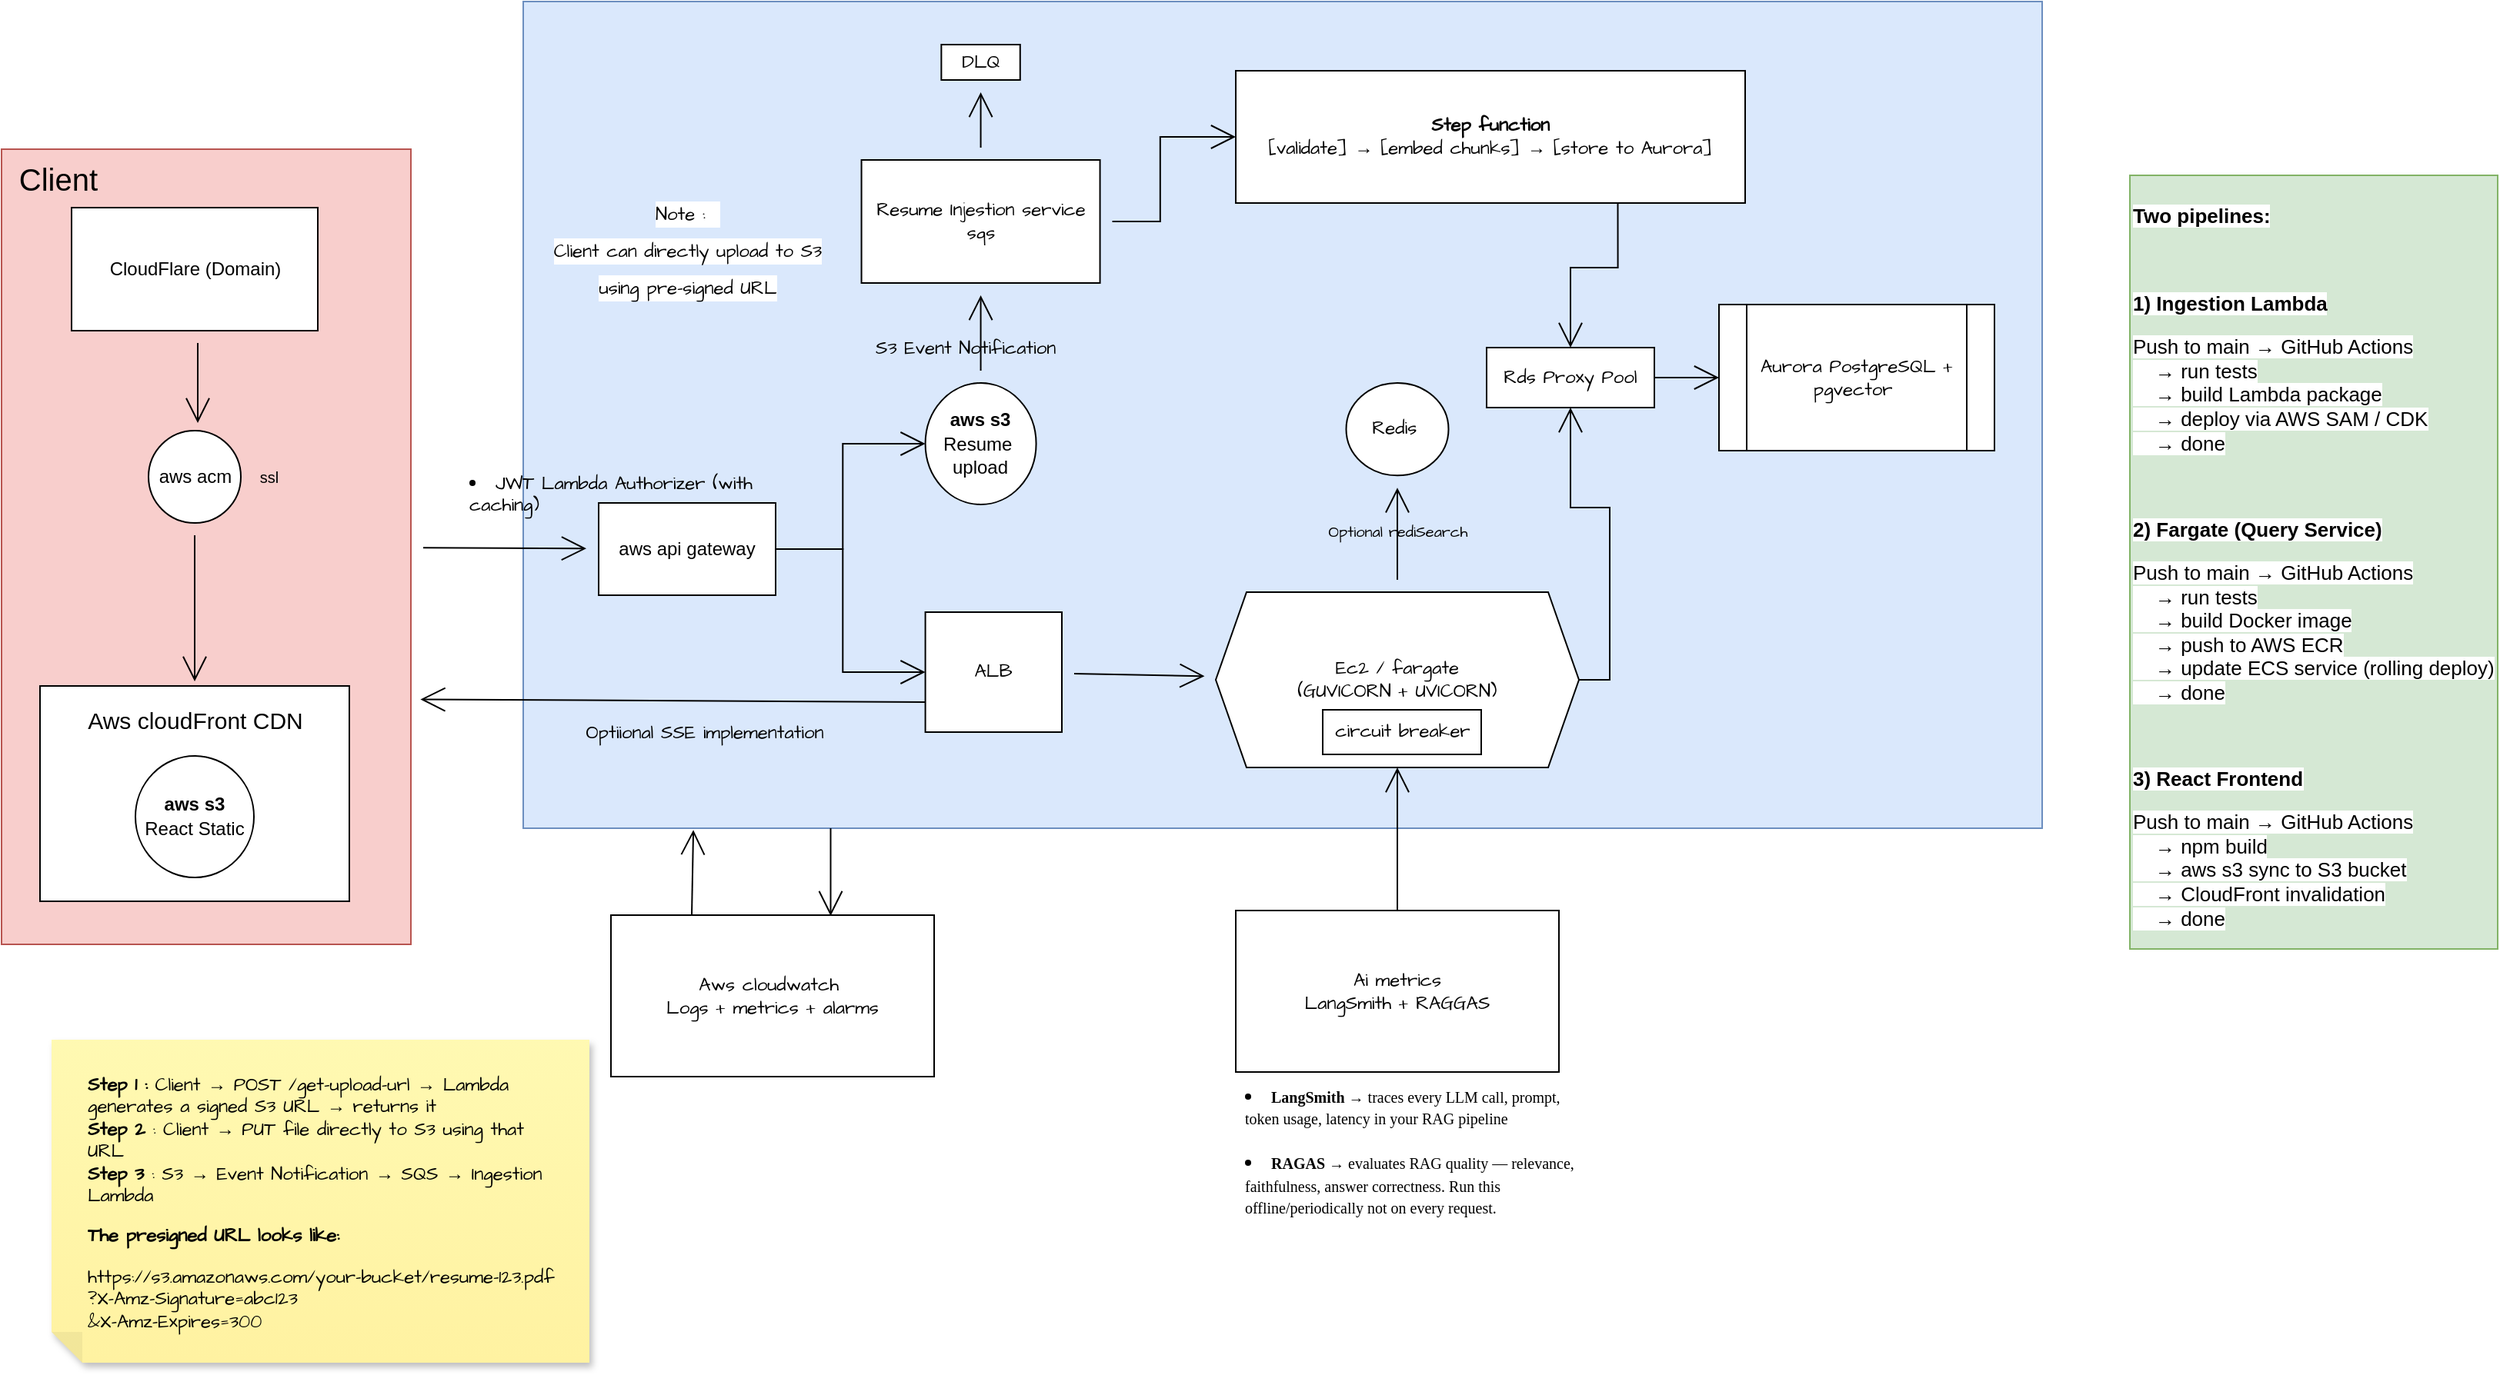
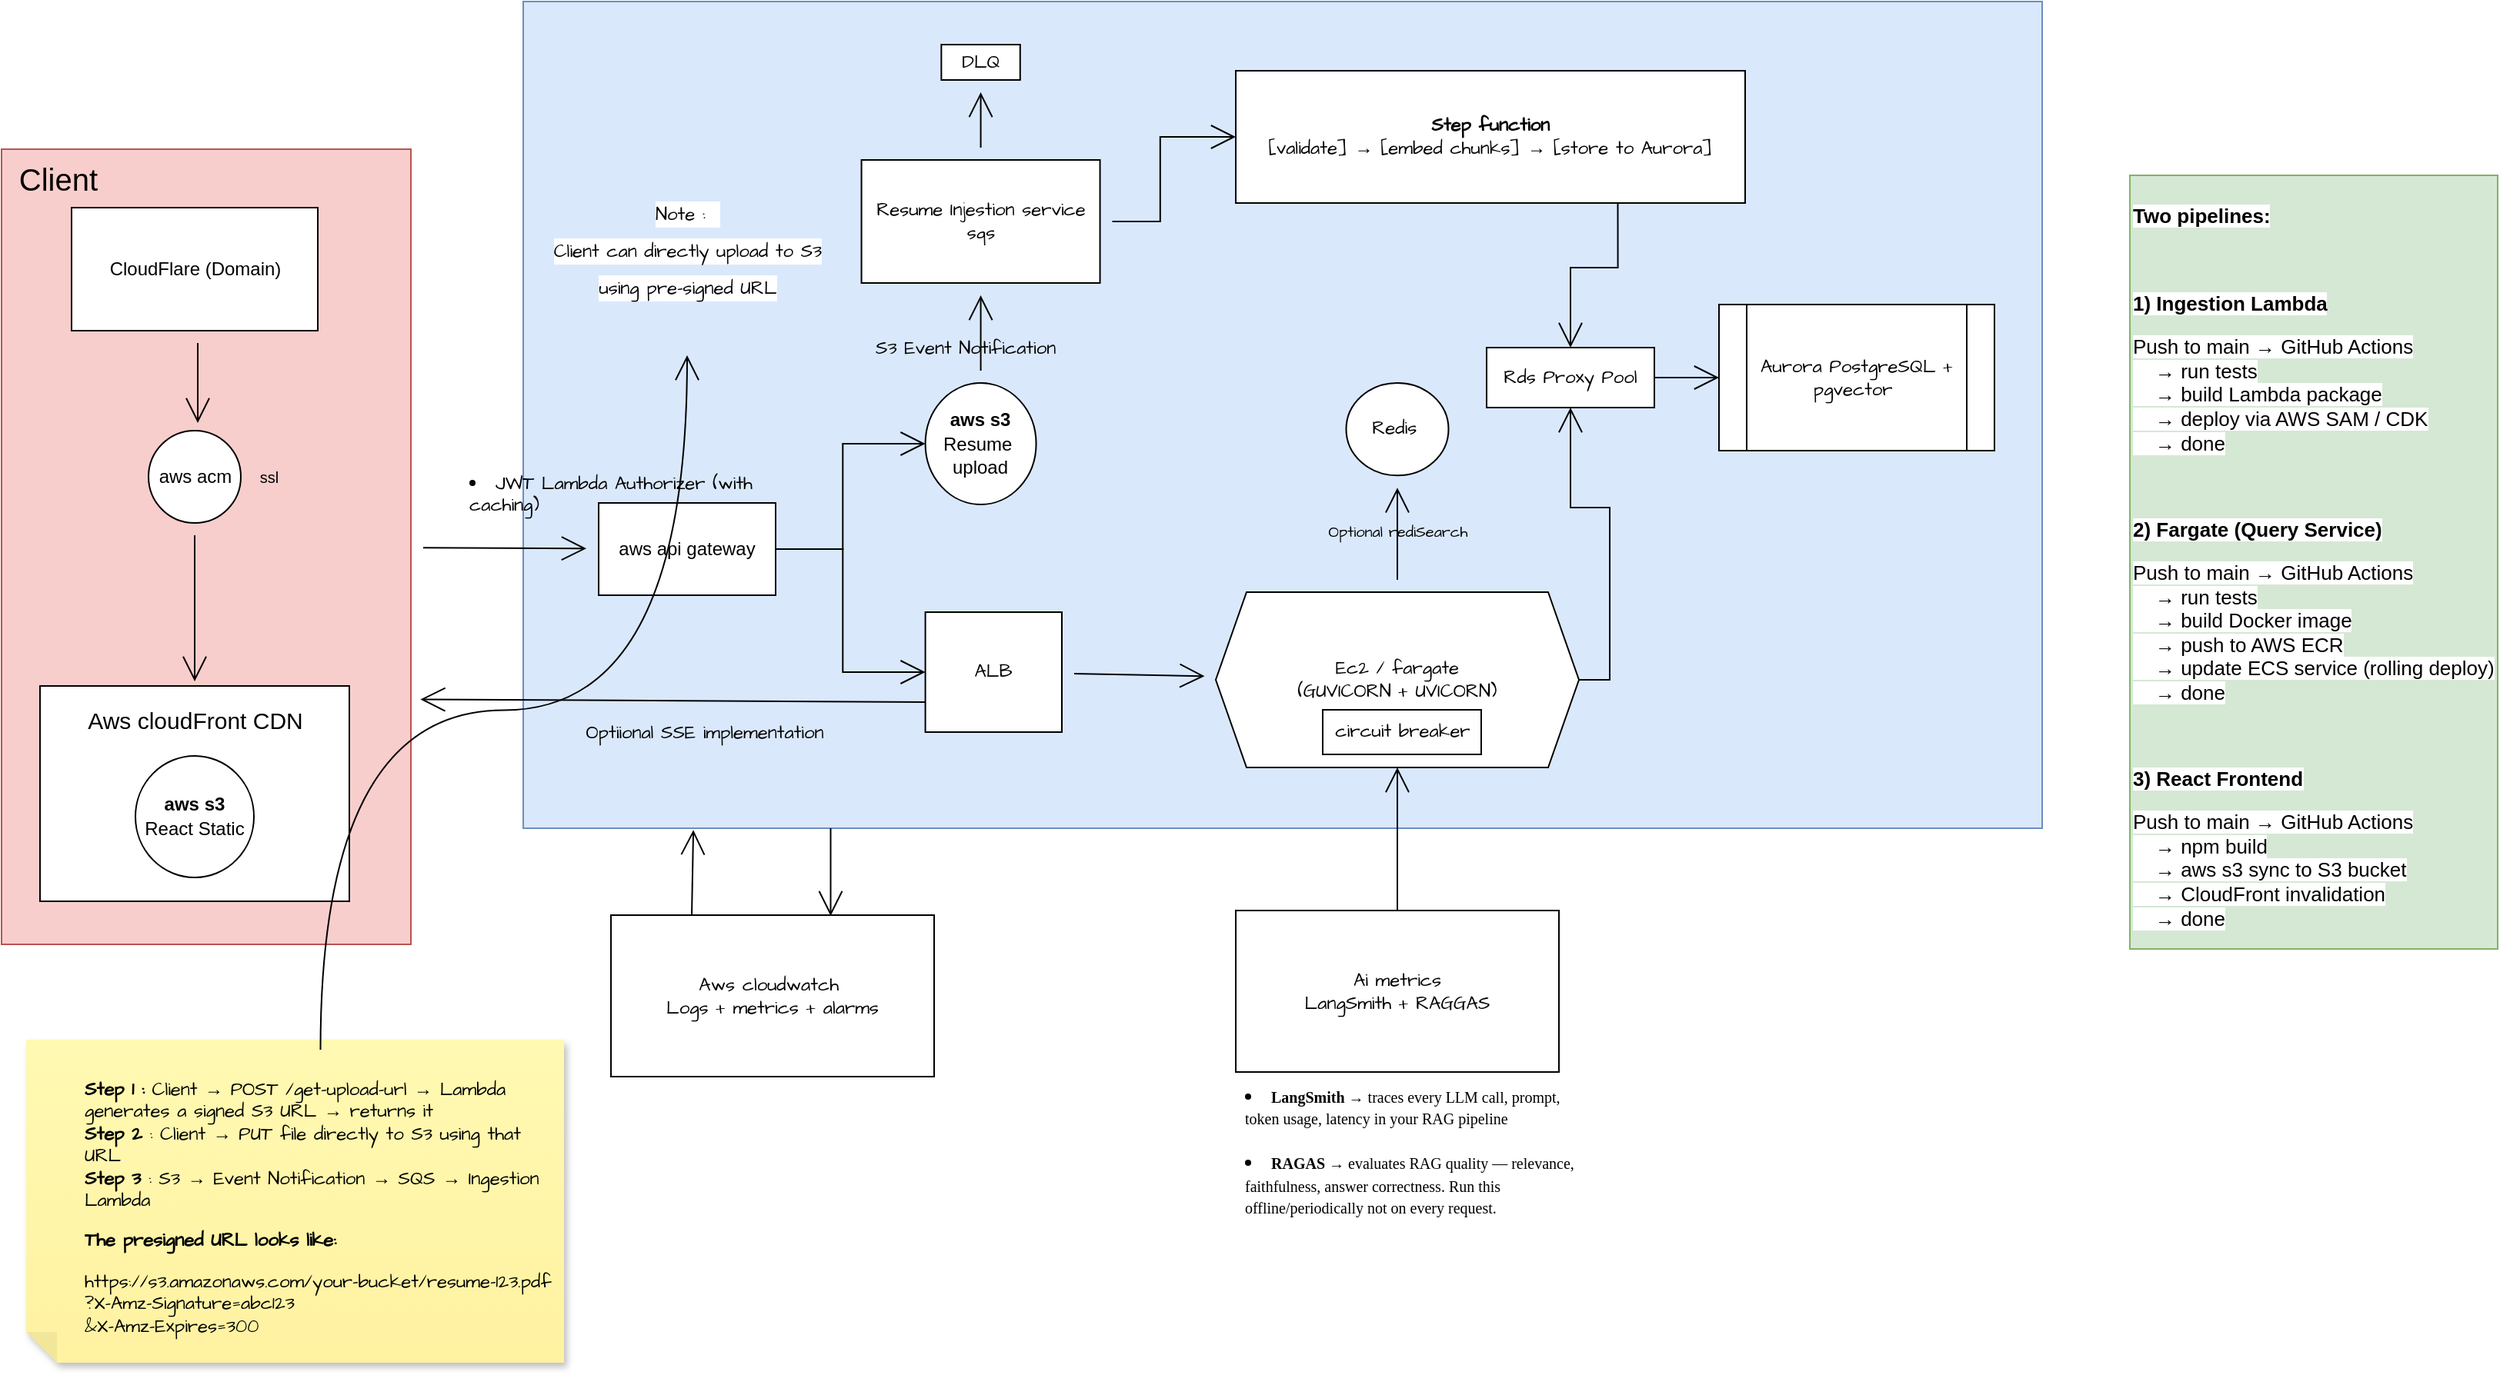
<mxfile host="app.diagrams.net">
  <diagram name="Page-1" id="SOHPCcRNUhLTlrNE90n2">
    <mxGraphModel dx="3087" dy="1448" grid="0" gridSize="10" guides="1" tooltips="1" connect="1" arrows="1" fold="1" page="0" pageScale="1" pageWidth="850" pageHeight="1100" math="0" shadow="0">
      <root>
        <mxCell id="0" />
        <mxCell id="1" parent="0" />
        <mxCell id="rra6tTRvJPethr66ALMW-102" parent="1" style="shape=note;whiteSpace=wrap;html=1;backgroundOutline=1;fontColor=#000000;darkOpacity=0.05;fillColor=#FFF9B2;strokeColor=none;fillStyle=solid;direction=west;gradientDirection=north;gradientColor=#FFF2A1;shadow=1;size=20;autosizeText=1;fontFamily=Architects Daughter;fontSource=https%3A%2F%2Ffonts.googleapis.com%2Fcss%3Ffamily%3DArchitects%2BDaughter;" value="" vertex="1">
-           <mxGeometry height="210" width="349.5" x="-667.5" y="308" as="geometry" />
+           <mxGeometry height="210" width="349.5" x="-684" y="308" as="geometry" />
        </mxCell>
        <mxCell id="rra6tTRvJPethr66ALMW-70" parent="1" style="rounded=0;whiteSpace=wrap;html=1;fontFamily=Architects Daughter;fontSource=https%3A%2F%2Ffonts.googleapis.com%2Fcss%3Ffamily%3DArchitects%2BDaughter;fillColor=#dae8fc;strokeColor=#6c8ebf;" value="" vertex="1">
          <mxGeometry height="537.5" width="987" x="-361" y="-367" as="geometry" />
        </mxCell>
        <mxCell id="rra6tTRvJPethr66ALMW-100" edge="1" parent="1" source="rra6tTRvJPethr66ALMW-55" style="edgeStyle=orthogonalEdgeStyle;rounded=0;orthogonalLoop=1;jettySize=auto;html=1;exitX=0.75;exitY=1;exitDx=0;exitDy=0;entryX=0.5;entryY=0;entryDx=0;entryDy=0;fontFamily=Architects Daughter;fontSource=https%3A%2F%2Ffonts.googleapis.com%2Fcss%3Ffamily%3DArchitects%2BDaughter;fontSize=16;startSize=14;endArrow=open;endSize=14;sourcePerimeterSpacing=8;targetPerimeterSpacing=8;" target="rra6tTRvJPethr66ALMW-95">
          <mxGeometry relative="1" as="geometry" />
        </mxCell>
        <mxCell id="rra6tTRvJPethr66ALMW-55" parent="1" style="rounded=0;whiteSpace=wrap;html=1;fontFamily=Architects Daughter;fontSource=https%3A%2F%2Ffonts.googleapis.com%2Fcss%3Ffamily%3DArchitects%2BDaughter;" value="&lt;span style=&quot;text-align: left;&quot;&gt;&lt;b&gt;Step function&lt;/b&gt;&lt;br&gt;[validate] → [embed chunks] → [store to Aurora]&lt;/span&gt;" vertex="1">
          <mxGeometry height="86" width="331" x="102" y="-322" as="geometry" />
        </mxCell>
        <mxCell id="rra6tTRvJPethr66ALMW-19" edge="1" parent="1" source="rra6tTRvJPethr66ALMW-16" style="edgeStyle=none;curved=1;rounded=0;orthogonalLoop=1;jettySize=auto;html=1;fontFamily=Architects Daughter;fontSource=https%3A%2F%2Ffonts.googleapis.com%2Fcss%3Ffamily%3DArchitects%2BDaughter;fontSize=16;startSize=14;endArrow=open;endSize=14;sourcePerimeterSpacing=8;targetPerimeterSpacing=8;" target="rra6tTRvJPethr66ALMW-18" value="">
          <mxGeometry relative="1" as="geometry" />
        </mxCell>
        <mxCell id="rra6tTRvJPethr66ALMW-16" parent="1" style="rounded=0;whiteSpace=wrap;html=1;fontFamily=Architects Daughter;fontSource=https%3A%2F%2Ffonts.googleapis.com%2Fcss%3Ffamily%3DArchitects%2BDaughter;fillColor=#f8cecc;strokeColor=#b85450;" value="" vertex="1">
          <mxGeometry height="517" width="266" x="-700" y="-271" as="geometry" />
        </mxCell>
        <mxCell id="rra6tTRvJPethr66ALMW-2" parent="1" style="rounded=0;whiteSpace=wrap;html=1;fontFamily=Architects Daughter;fontSource=https%3A%2F%2Ffonts.googleapis.com%2Fcss%3Ffamily%3DArchitects%2BDaughter;" value="" vertex="1">
          <mxGeometry height="140" width="201" x="-675" y="78" as="geometry" />
        </mxCell>
        <mxCell id="rra6tTRvJPethr66ALMW-1" parent="1" style="ellipse;whiteSpace=wrap;html=1;fontFamily=Architects Daughter;fontSource=https%3A%2F%2Ffonts.googleapis.com%2Fcss%3Ffamily%3DArchitects%2BDaughter;" value="&lt;font face=&quot;Helvetica&quot;&gt;&lt;b&gt;aws s3&lt;/b&gt;&lt;br&gt;React Static&lt;/font&gt;" vertex="1">
          <mxGeometry height="79" width="77" x="-613" y="123.5" as="geometry" />
        </mxCell>
        <mxCell id="rra6tTRvJPethr66ALMW-3" parent="1" style="text;html=1;whiteSpace=wrap;strokeColor=none;fillColor=none;align=center;verticalAlign=middle;rounded=0;fontSize=20;fontFamily=Helvetica;" value="&lt;font style=&quot;font-size: 15px;&quot;&gt;Aws cloudFront CDN&lt;/font&gt;" vertex="1">
          <mxGeometry height="30" width="186" x="-667.5" y="83" as="geometry" />
        </mxCell>
        <mxCell id="rra6tTRvJPethr66ALMW-10" edge="1" parent="1" style="edgeStyle=none;curved=1;rounded=0;orthogonalLoop=1;jettySize=auto;html=1;fontFamily=Architects Daughter;fontSource=https%3A%2F%2Ffonts.googleapis.com%2Fcss%3Ffamily%3DArchitects%2BDaughter;fontSize=16;startSize=14;endArrow=open;endSize=14;sourcePerimeterSpacing=8;targetPerimeterSpacing=8;" value="">
          <mxGeometry relative="1" as="geometry">
            <mxPoint x="-572.5" y="-145" as="sourcePoint" />
            <mxPoint x="-572.5" y="-93" as="targetPoint" />
          </mxGeometry>
        </mxCell>
        <mxCell id="rra6tTRvJPethr66ALMW-5" parent="1" style="rounded=0;whiteSpace=wrap;html=1;fontFamily=Helvetica;" value="CloudFlare (Domain)" vertex="1">
          <mxGeometry height="80" width="160" x="-654.5" y="-233" as="geometry" />
        </mxCell>
        <mxCell id="rra6tTRvJPethr66ALMW-14" edge="1" parent="1" source="rra6tTRvJPethr66ALMW-12" style="edgeStyle=none;curved=1;rounded=0;orthogonalLoop=1;jettySize=auto;html=1;fontFamily=Architects Daughter;fontSource=https%3A%2F%2Ffonts.googleapis.com%2Fcss%3Ffamily%3DArchitects%2BDaughter;fontSize=16;startSize=14;endArrow=open;endSize=14;sourcePerimeterSpacing=8;targetPerimeterSpacing=8;" target="rra6tTRvJPethr66ALMW-3" value="">
          <mxGeometry relative="1" as="geometry" />
        </mxCell>
        <mxCell id="rra6tTRvJPethr66ALMW-12" parent="1" style="ellipse;whiteSpace=wrap;html=1;fontFamily=Architects Daughter;fontSource=https%3A%2F%2Ffonts.googleapis.com%2Fcss%3Ffamily%3DArchitects%2BDaughter;" value="&lt;font face=&quot;Helvetica&quot;&gt;aws acm&lt;/font&gt;" vertex="1">
          <mxGeometry height="60" width="60" x="-604.5" y="-88" as="geometry" />
        </mxCell>
        <mxCell id="rra6tTRvJPethr66ALMW-15" parent="1" style="text;html=1;whiteSpace=wrap;strokeColor=none;fillColor=none;align=center;verticalAlign=middle;rounded=0;fontSize=10;fontFamily=Helvetica;" value="&lt;font&gt;ssl&lt;/font&gt;" vertex="1">
          <mxGeometry height="18" width="32" x="-542" y="-67" as="geometry" />
        </mxCell>
        <mxCell id="rra6tTRvJPethr66ALMW-17" parent="1" style="text;html=1;whiteSpace=wrap;strokeColor=none;fillColor=none;align=center;verticalAlign=middle;rounded=0;fontSize=20;fontFamily=Architects Daughter;fontSource=https%3A%2F%2Ffonts.googleapis.com%2Fcss%3Ffamily%3DArchitects%2BDaughter;" value="&lt;font face=&quot;Helvetica&quot;&gt;Client&lt;/font&gt;" vertex="1">
          <mxGeometry height="30" width="60" x="-693" y="-266" as="geometry" />
        </mxCell>
        <mxCell id="rra6tTRvJPethr66ALMW-27" edge="1" parent="1" source="rra6tTRvJPethr66ALMW-18" style="edgeStyle=orthogonalEdgeStyle;rounded=0;orthogonalLoop=1;jettySize=auto;html=1;fontFamily=Architects Daughter;fontSource=https%3A%2F%2Ffonts.googleapis.com%2Fcss%3Ffamily%3DArchitects%2BDaughter;fontSize=16;startSize=14;endArrow=open;endSize=14;sourcePerimeterSpacing=8;targetPerimeterSpacing=8;entryX=0;entryY=0.5;entryDx=0;entryDy=0;" target="rra6tTRvJPethr66ALMW-42" value="">
          <mxGeometry relative="1" as="geometry">
            <mxPoint x="-103" y="-13.867567567567448" as="targetPoint" />
          </mxGeometry>
        </mxCell>
        <mxCell id="rra6tTRvJPethr66ALMW-47" edge="1" parent="1" source="rra6tTRvJPethr66ALMW-18" style="edgeStyle=orthogonalEdgeStyle;rounded=0;orthogonalLoop=1;jettySize=auto;html=1;exitX=1;exitY=0.5;exitDx=0;exitDy=0;entryX=0;entryY=0.5;entryDx=0;entryDy=0;fontFamily=Architects Daughter;fontSource=https%3A%2F%2Ffonts.googleapis.com%2Fcss%3Ffamily%3DArchitects%2BDaughter;fontSize=16;startSize=14;endArrow=open;endSize=14;sourcePerimeterSpacing=8;targetPerimeterSpacing=8;" target="rra6tTRvJPethr66ALMW-22">
          <mxGeometry relative="1" as="geometry" />
        </mxCell>
        <mxCell id="rra6tTRvJPethr66ALMW-18" parent="1" style="whiteSpace=wrap;html=1;fontFamily=Architects Daughter;rounded=0;fontSource=https%3A%2F%2Ffonts.googleapis.com%2Fcss%3Ffamily%3DArchitects%2BDaughter;" value="&lt;font face=&quot;Helvetica&quot;&gt;aws api gateway&lt;/font&gt;" vertex="1">
          <mxGeometry height="60" width="115" x="-312" y="-41" as="geometry" />
        </mxCell>
        <mxCell id="rra6tTRvJPethr66ALMW-57" edge="1" parent="1" source="rra6tTRvJPethr66ALMW-20" style="edgeStyle=none;curved=1;rounded=0;orthogonalLoop=1;jettySize=auto;html=1;fontFamily=Architects Daughter;fontSource=https%3A%2F%2Ffonts.googleapis.com%2Fcss%3Ffamily%3DArchitects%2BDaughter;fontSize=16;startSize=14;endArrow=open;endSize=14;sourcePerimeterSpacing=8;targetPerimeterSpacing=8;" target="rra6tTRvJPethr66ALMW-56" value="">
          <mxGeometry relative="1" as="geometry" />
        </mxCell>
        <mxCell id="rra6tTRvJPethr66ALMW-58" edge="1" parent="1" source="rra6tTRvJPethr66ALMW-20" style="edgeStyle=orthogonalEdgeStyle;rounded=0;orthogonalLoop=1;jettySize=auto;html=1;fontFamily=Architects Daughter;fontSource=https%3A%2F%2Ffonts.googleapis.com%2Fcss%3Ffamily%3DArchitects%2BDaughter;fontSize=16;startSize=14;endArrow=open;endSize=14;sourcePerimeterSpacing=8;targetPerimeterSpacing=8;entryX=0;entryY=0.5;entryDx=0;entryDy=0;" target="rra6tTRvJPethr66ALMW-55" value="">
          <mxGeometry relative="1" as="geometry">
            <mxPoint x="94.00000000000045" y="-224" as="targetPoint" />
          </mxGeometry>
        </mxCell>
        <mxCell id="rra6tTRvJPethr66ALMW-20" parent="1" style="rounded=0;whiteSpace=wrap;html=1;fontFamily=Architects Daughter;fontSource=https%3A%2F%2Ffonts.googleapis.com%2Fcss%3Ffamily%3DArchitects%2BDaughter;" value="Resume Injestion service&lt;br&gt;sqs" vertex="1">
          <mxGeometry height="80" width="155" x="-141.22000000000003" y="-264" as="geometry" />
        </mxCell>
        <mxCell id="rra6tTRvJPethr66ALMW-51" edge="1" parent="1" source="rra6tTRvJPethr66ALMW-22" style="edgeStyle=none;curved=1;rounded=0;orthogonalLoop=1;jettySize=auto;html=1;exitX=0;exitY=0.75;exitDx=0;exitDy=0;fontFamily=Architects Daughter;fontSource=https%3A%2F%2Ffonts.googleapis.com%2Fcss%3Ffamily%3DArchitects%2BDaughter;fontSize=16;startSize=14;endArrow=open;endSize=14;sourcePerimeterSpacing=8;targetPerimeterSpacing=8;">
          <mxGeometry relative="1" as="geometry">
            <mxPoint x="-427.7921840122767" y="86.71428571428578" as="targetPoint" />
          </mxGeometry>
        </mxCell>
        <mxCell id="rra6tTRvJPethr66ALMW-22" parent="1" style="rounded=0;whiteSpace=wrap;html=1;fontFamily=Architects Daughter;fontSource=https%3A%2F%2Ffonts.googleapis.com%2Fcss%3Ffamily%3DArchitects%2BDaughter;" value="ALB" vertex="1">
          <mxGeometry height="78" width="88.71" x="-99.71" y="30" as="geometry" />
        </mxCell>
        <mxCell id="rra6tTRvJPethr66ALMW-41" parent="1" style="text;whiteSpace=wrap;html=1;fontFamily=Architects Daughter;fontSource=https%3A%2F%2Ffonts.googleapis.com%2Fcss%3Ffamily%3DArchitects%2BDaughter;" value="&lt;li class=&quot;font-claude-response-body whitespace-normal break-words pl-2&quot;&gt;JWT Lambda Authorizer (with caching)&lt;/li&gt;" vertex="1">
          <mxGeometry height="34.14" width="232.29" x="-398" y="-67" as="geometry" />
        </mxCell>
        <mxCell id="rra6tTRvJPethr66ALMW-43" edge="1" parent="1" source="rra6tTRvJPethr66ALMW-42" style="edgeStyle=none;curved=1;rounded=0;orthogonalLoop=1;jettySize=auto;html=1;fontFamily=Architects Daughter;fontSource=https%3A%2F%2Ffonts.googleapis.com%2Fcss%3Ffamily%3DArchitects%2BDaughter;fontSize=16;startSize=14;endArrow=open;endSize=14;sourcePerimeterSpacing=8;targetPerimeterSpacing=8;" target="rra6tTRvJPethr66ALMW-20" value="">
          <mxGeometry relative="1" as="geometry" />
        </mxCell>
        <mxCell id="rra6tTRvJPethr66ALMW-42" parent="1" style="ellipse;whiteSpace=wrap;html=1;fontFamily=Architects Daughter;fontSource=https%3A%2F%2Ffonts.googleapis.com%2Fcss%3Ffamily%3DArchitects%2BDaughter;" value="&lt;font face=&quot;Helvetica&quot;&gt;&lt;b&gt;aws s3&lt;/b&gt;&lt;br&gt;Resume&amp;nbsp; upload&lt;/font&gt;" vertex="1">
          <mxGeometry height="79" width="72" x="-99.71" y="-119" as="geometry" />
        </mxCell>
        <mxCell id="rra6tTRvJPethr66ALMW-46" parent="1" style="shape=process;whiteSpace=wrap;html=1;backgroundOutline=1;fontFamily=Architects Daughter;fontSource=https%3A%2F%2Ffonts.googleapis.com%2Fcss%3Ffamily%3DArchitects%2BDaughter;" value="Aurora PostgreSQL + pgvector&amp;nbsp;" vertex="1">
          <mxGeometry height="95" width="179" x="416" y="-170" as="geometry" />
        </mxCell>
        <mxCell id="rra6tTRvJPethr66ALMW-48" edge="1" parent="1" source="rra6tTRvJPethr66ALMW-22" style="edgeStyle=none;curved=1;rounded=0;orthogonalLoop=1;jettySize=auto;html=1;fontFamily=Architects Daughter;fontSource=https%3A%2F%2Ffonts.googleapis.com%2Fcss%3Ffamily%3DArchitects%2BDaughter;fontSize=16;startSize=14;endArrow=open;endSize=14;sourcePerimeterSpacing=8;targetPerimeterSpacing=8;" target="rra6tTRvJPethr66ALMW-38" value="">
          <mxGeometry relative="1" as="geometry">
            <mxPoint x="100" y="65" as="sourcePoint" />
            <mxPoint x="417.5943068734091" y="60.00960425827361" as="targetPoint" />
          </mxGeometry>
        </mxCell>
        <mxCell id="rra6tTRvJPethr66ALMW-89" edge="1" parent="1" source="rra6tTRvJPethr66ALMW-38" style="edgeStyle=none;curved=1;rounded=0;orthogonalLoop=1;jettySize=auto;html=1;fontFamily=Architects Daughter;fontSource=https%3A%2F%2Ffonts.googleapis.com%2Fcss%3Ffamily%3DArchitects%2BDaughter;fontSize=16;startSize=14;endArrow=open;endSize=14;sourcePerimeterSpacing=8;targetPerimeterSpacing=8;" target="rra6tTRvJPethr66ALMW-50" value="">
          <mxGeometry relative="1" as="geometry" />
        </mxCell>
        <mxCell id="rra6tTRvJPethr66ALMW-96" edge="1" parent="1" source="rra6tTRvJPethr66ALMW-38" style="edgeStyle=orthogonalEdgeStyle;rounded=0;orthogonalLoop=1;jettySize=auto;html=1;exitX=1;exitY=0.5;exitDx=0;exitDy=0;entryX=0.5;entryY=1;entryDx=0;entryDy=0;fontFamily=Architects Daughter;fontSource=https%3A%2F%2Ffonts.googleapis.com%2Fcss%3Ffamily%3DArchitects%2BDaughter;fontSize=16;startSize=14;endArrow=open;endSize=14;sourcePerimeterSpacing=8;targetPerimeterSpacing=8;" target="rra6tTRvJPethr66ALMW-95">
          <mxGeometry relative="1" as="geometry" />
        </mxCell>
        <mxCell id="rra6tTRvJPethr66ALMW-38" parent="1" style="shape=hexagon;perimeter=hexagonPerimeter2;whiteSpace=wrap;html=1;fixedSize=1;fontFamily=Architects Daughter;fontSource=https%3A%2F%2Ffonts.googleapis.com%2Fcss%3Ffamily%3DArchitects%2BDaughter;" value="Ec2 / fargate&lt;br&gt;(GUVICORN + UVICORN)" vertex="1">
          <mxGeometry height="114" width="236" x="89" y="17" as="geometry" />
        </mxCell>
        <mxCell id="rra6tTRvJPethr66ALMW-50" parent="1" style="ellipse;whiteSpace=wrap;html=1;fontFamily=Architects Daughter;fontSource=https%3A%2F%2Ffonts.googleapis.com%2Fcss%3Ffamily%3DArchitects%2BDaughter;" value="Redis&amp;nbsp;" vertex="1">
          <mxGeometry height="60.14" width="66.5" x="173.75" y="-119" as="geometry" />
        </mxCell>
        <mxCell id="rra6tTRvJPethr66ALMW-53" parent="1" style="text;html=1;whiteSpace=wrap;strokeColor=none;fillColor=none;align=center;verticalAlign=middle;rounded=0;fontSize=12;fontFamily=Architects Daughter;fontSource=https%3A%2F%2Ffonts.googleapis.com%2Fcss%3Ffamily%3DArchitects%2BDaughter;" value="Optiional SSE implementation" vertex="1">
          <mxGeometry height="30" width="272" x="-378.85" y="93.5" as="geometry" />
        </mxCell>
        <mxCell id="rra6tTRvJPethr66ALMW-56" parent="1" style="rounded=0;whiteSpace=wrap;html=1;fontFamily=Architects Daughter;fontSource=https%3A%2F%2Ffonts.googleapis.com%2Fcss%3Ffamily%3DArchitects%2BDaughter;" value="DLQ" vertex="1">
          <mxGeometry height="23" width="51.21" x="-89.32" y="-339" as="geometry" />
        </mxCell>
        <mxCell id="rra6tTRvJPethr66ALMW-60" parent="1" style="text;whiteSpace=wrap;html=1;fontFamily=Architects Daughter;fontSource=https%3A%2F%2Ffonts.googleapis.com%2Fcss%3Ffamily%3DArchitects%2BDaughter;" value="S3 Event Notification" vertex="1">
          <mxGeometry height="36" width="145" x="-134" y="-155.00117675781252" as="geometry" />
        </mxCell>
        <mxCell id="rra6tTRvJPethr66ALMW-61" parent="1" style="text;html=1;whiteSpace=wrap;strokeColor=none;fillColor=none;align=center;verticalAlign=middle;rounded=0;fontSize=20;fontFamily=Architects Daughter;fontSource=https%3A%2F%2Ffonts.googleapis.com%2Fcss%3Ffamily%3DArchitects%2BDaughter;" value="&lt;font style=&quot;font-size: 10px;&quot;&gt;Optional rediSearch&lt;/font&gt;" vertex="1">
          <mxGeometry height="30" width="109" x="152.5" y="-41" as="geometry" />
        </mxCell>
        <mxCell id="rra6tTRvJPethr66ALMW-65" parent="1" style="rounded=0;whiteSpace=wrap;html=1;fontFamily=Architects Daughter;fontSource=https%3A%2F%2Ffonts.googleapis.com%2Fcss%3Ffamily%3DArchitects%2BDaughter;" value="Aws cloudwatch&amp;nbsp;&lt;br&gt;Logs + metrics + alarms" vertex="1">
          <mxGeometry height="105" width="210" x="-304" y="227" as="geometry" />
        </mxCell>
        <mxCell id="rra6tTRvJPethr66ALMW-94" edge="1" parent="1" source="rra6tTRvJPethr66ALMW-69" style="edgeStyle=none;curved=1;rounded=0;orthogonalLoop=1;jettySize=auto;html=1;exitX=0.5;exitY=0;exitDx=0;exitDy=0;entryX=0.5;entryY=1;entryDx=0;entryDy=0;fontFamily=Architects Daughter;fontSource=https%3A%2F%2Ffonts.googleapis.com%2Fcss%3Ffamily%3DArchitects%2BDaughter;fontSize=16;startSize=14;endArrow=open;endSize=14;sourcePerimeterSpacing=8;targetPerimeterSpacing=8;" target="rra6tTRvJPethr66ALMW-38">
          <mxGeometry relative="1" as="geometry" />
        </mxCell>
        <mxCell id="rra6tTRvJPethr66ALMW-69" parent="1" style="rounded=0;whiteSpace=wrap;html=1;fontFamily=Architects Daughter;fontSource=https%3A%2F%2Ffonts.googleapis.com%2Fcss%3Ffamily%3DArchitects%2BDaughter;" value="Ai metrics&lt;br&gt;LangSmith + RAGGAS" vertex="1">
          <mxGeometry height="105" width="210" x="102" y="224" as="geometry" />
        </mxCell>
        <mxCell id="rra6tTRvJPethr66ALMW-71" parent="1" style="rounded=0;whiteSpace=wrap;html=1;fontFamily=Architects Daughter;fontSource=https%3A%2F%2Ffonts.googleapis.com%2Fcss%3Ffamily%3DArchitects%2BDaughter;" value="circuit breaker" vertex="1">
          <mxGeometry height="29" width="103" x="158.5" y="93.5" as="geometry" />
        </mxCell>
        <mxCell id="rra6tTRvJPethr66ALMW-72" parent="1" style="text;whiteSpace=wrap;html=1;fontFamily=Architects Daughter;fontSource=https%3A%2F%2Ffonts.googleapis.com%2Fcss%3Ffamily%3DArchitects%2BDaughter;" value="&lt;li class=&quot;font-claude-response-body whitespace-normal break-words pl-2&quot;&gt;&lt;font face=&quot;Verdana&quot; style=&quot;font-size: 10px;&quot;&gt;&lt;strong&gt;LangSmith&lt;/strong&gt; → traces every LLM call, prompt, token usage, latency in your RAG pipeline&lt;/font&gt;&lt;/li&gt;&lt;font face=&quot;Verdana&quot; style=&quot;font-size: 10px;&quot;&gt;&lt;br&gt;&lt;/font&gt;&lt;li class=&quot;font-claude-response-body whitespace-normal break-words pl-2&quot;&gt;&lt;font face=&quot;Verdana&quot; style=&quot;font-size: 10px;&quot;&gt;&lt;strong&gt;RAGAS&lt;/strong&gt; → evaluates RAG quality — relevance, faithfulness, answer correctness. Run this offline/periodically not on every request.&lt;/font&gt;&lt;/li&gt;" vertex="1">
          <mxGeometry height="145" width="219" x="106" y="332" as="geometry" />
        </mxCell>
        <mxCell id="rra6tTRvJPethr66ALMW-76" edge="1" parent="1" style="edgeStyle=none;curved=1;rounded=0;orthogonalLoop=1;jettySize=auto;html=1;exitX=0.25;exitY=1;exitDx=0;exitDy=0;entryX=0.875;entryY=0.005;entryDx=0;entryDy=0;entryPerimeter=0;fontFamily=Architects Daughter;fontSource=https%3A%2F%2Ffonts.googleapis.com%2Fcss%3Ffamily%3DArchitects%2BDaughter;fontSize=16;startSize=14;endArrow=open;endSize=14;sourcePerimeterSpacing=8;targetPerimeterSpacing=8;">
          <mxGeometry relative="1" as="geometry">
            <mxPoint x="-161.25" y="170.50000000000023" as="sourcePoint" />
            <mxPoint x="-161.25" y="227.52500000000032" as="targetPoint" />
          </mxGeometry>
        </mxCell>
        <mxCell id="rra6tTRvJPethr66ALMW-78" edge="1" parent="1" source="rra6tTRvJPethr66ALMW-65" style="edgeStyle=none;curved=1;rounded=0;orthogonalLoop=1;jettySize=auto;html=1;exitX=0.25;exitY=0;exitDx=0;exitDy=0;entryX=0.112;entryY=1.002;entryDx=0;entryDy=0;entryPerimeter=0;fontFamily=Architects Daughter;fontSource=https%3A%2F%2Ffonts.googleapis.com%2Fcss%3Ffamily%3DArchitects%2BDaughter;fontSize=16;startSize=14;endArrow=open;endSize=14;sourcePerimeterSpacing=8;targetPerimeterSpacing=8;" target="rra6tTRvJPethr66ALMW-70">
          <mxGeometry relative="1" as="geometry" />
        </mxCell>
        <UserObject label="&lt;p class=&quot;font-claude-response-body break-words whitespace-normal leading-[1.7]&quot;&gt;&lt;strong&gt;&lt;font face=&quot;Helvetica&quot; style=&quot;background-color: light-dark(#ffffff, var(--ge-dark-color, #121212)); font-size: 13px;&quot;&gt;Two pipelines:&lt;/font&gt;&lt;/strong&gt;&lt;/p&gt;&lt;font face=&quot;Helvetica&quot; style=&quot;background-color: light-dark(#ffffff, var(--ge-dark-color, #121212)); font-size: 13px;&quot;&gt;&lt;br&gt;&lt;/font&gt;&lt;p class=&quot;font-claude-response-body break-words whitespace-normal leading-[1.7]&quot;&gt;&lt;strong&gt;&lt;font face=&quot;Helvetica&quot; style=&quot;background-color: light-dark(#ffffff, var(--ge-dark-color, #121212)); font-size: 13px;&quot;&gt;1) Ingestion Lambda&lt;/font&gt;&lt;/strong&gt;&lt;/p&gt;&lt;div role=&quot;group&quot; aria-label=&quot;Code&quot; tabindex=&quot;0&quot; class=&quot;relative group/copy bg-bg-000/50 border-0.5 border-border-400 rounded-lg focus:outline-none focus-visible:ring-2 focus-visible:ring-accent-100&quot;&gt;&lt;div class=&quot;overflow-x-auto&quot;&gt;&lt;pre class=&quot;code-block__code !my-0 !rounded-lg !text-sm !leading-relaxed p-3.5&quot; style=&quot;background: transparent;&quot;&gt;&lt;code style=&quot;background-image: initial; background-position: initial; background-size: initial; background-repeat: initial; background-attachment: initial; background-origin: initial; background-clip: initial; white-space: pre-wrap;&quot;&gt;&lt;font face=&quot;Helvetica&quot; style=&quot;background-color: light-dark(#ffffff, var(--ge-dark-color, #121212)); font-size: 13px;&quot;&gt;&lt;span&gt;&lt;span&gt;Push to main → GitHub Actions&lt;br&gt;&lt;/span&gt;&lt;/span&gt;&lt;span&gt;    → run tests&lt;br&gt;&lt;/span&gt;&lt;span&gt;    → build Lambda package&lt;br&gt;&lt;/span&gt;&lt;span&gt;    → deploy via AWS SAM / CDK&lt;br&gt;&lt;/span&gt;&lt;span&gt;    → done&lt;/span&gt;&lt;/font&gt;&lt;/code&gt;&lt;/pre&gt;&lt;/div&gt;&lt;/div&gt;&lt;font face=&quot;Helvetica&quot; style=&quot;background-color: light-dark(#ffffff, var(--ge-dark-color, #121212)); font-size: 13px;&quot;&gt;&lt;br&gt;&lt;/font&gt;&lt;p class=&quot;font-claude-response-body break-words whitespace-normal leading-[1.7]&quot;&gt;&lt;strong&gt;&lt;font face=&quot;Helvetica&quot; style=&quot;background-color: light-dark(#ffffff, var(--ge-dark-color, #121212)); font-size: 13px;&quot;&gt;2) Fargate (Query Service)&lt;/font&gt;&lt;/strong&gt;&lt;/p&gt;&lt;div role=&quot;group&quot; aria-label=&quot;Code&quot; tabindex=&quot;0&quot; class=&quot;relative group/copy bg-bg-000/50 border-0.5 border-border-400 rounded-lg focus:outline-none focus-visible:ring-2 focus-visible:ring-accent-100&quot;&gt;&lt;div class=&quot;overflow-x-auto&quot;&gt;&lt;pre class=&quot;code-block__code !my-0 !rounded-lg !text-sm !leading-relaxed p-3.5&quot; style=&quot;background: transparent;&quot;&gt;&lt;code style=&quot;background-image: initial; background-position: initial; background-size: initial; background-repeat: initial; background-attachment: initial; background-origin: initial; background-clip: initial; white-space: pre-wrap;&quot;&gt;&lt;font face=&quot;Helvetica&quot; style=&quot;background-color: light-dark(#ffffff, var(--ge-dark-color, #121212)); font-size: 13px;&quot;&gt;&lt;span&gt;&lt;span&gt;Push to main → GitHub Actions&lt;br&gt;&lt;/span&gt;&lt;/span&gt;&lt;span&gt;    → run tests&lt;br&gt;&lt;/span&gt;&lt;span&gt;    → build Docker image&lt;br&gt;&lt;/span&gt;&lt;span&gt;    → push to AWS ECR&lt;br&gt;&lt;/span&gt;&lt;span&gt;    → update ECS service (rolling deploy)&lt;br&gt;&lt;/span&gt;&lt;span&gt;    → done&lt;/span&gt;&lt;/font&gt;&lt;/code&gt;&lt;/pre&gt;&lt;/div&gt;&lt;/div&gt;&lt;font face=&quot;Helvetica&quot; style=&quot;background-color: light-dark(#ffffff, var(--ge-dark-color, #121212)); font-size: 13px;&quot;&gt;&lt;br&gt;&lt;/font&gt;&lt;p class=&quot;font-claude-response-body break-words whitespace-normal leading-[1.7]&quot;&gt;&lt;strong&gt;&lt;font face=&quot;Helvetica&quot; style=&quot;background-color: light-dark(#ffffff, var(--ge-dark-color, #121212)); font-size: 13px;&quot;&gt;3) React Frontend&lt;/font&gt;&lt;/strong&gt;&lt;/p&gt;&lt;div role=&quot;group&quot; aria-label=&quot;Code&quot; tabindex=&quot;0&quot; class=&quot;relative group/copy bg-bg-000/50 border-0.5 border-border-400 rounded-lg focus:outline-none focus-visible:ring-2 focus-visible:ring-accent-100&quot;&gt;&lt;div class=&quot;overflow-x-auto&quot;&gt;&lt;pre class=&quot;code-block__code !my-0 !rounded-lg !text-sm !leading-relaxed p-3.5&quot; style=&quot;background: transparent;&quot;&gt;&lt;code style=&quot;background-image: initial; background-position: initial; background-size: initial; background-repeat: initial; background-attachment: initial; background-origin: initial; background-clip: initial; white-space: pre-wrap;&quot;&gt;&lt;font face=&quot;Helvetica&quot; style=&quot;background-color: light-dark(#ffffff, var(--ge-dark-color, #121212)); font-size: 13px;&quot;&gt;Push to main → GitHub Actions&lt;br&gt;    → npm build&lt;br&gt;    → aws s3 sync to S3 bucket&lt;br&gt;    → CloudFront invalidation&lt;br&gt;    → done&lt;/font&gt;&lt;/code&gt;&lt;/pre&gt;&lt;/div&gt;&lt;/div&gt;" id="rra6tTRvJPethr66ALMW-85">
          <mxCell parent="1" style="text;whiteSpace=wrap;html=1;fontFamily=Architects Daughter;fontSource=https%3A%2F%2Ffonts.googleapis.com%2Fcss%3Ffamily%3DArchitects%2BDaughter;fillColor=#d5e8d4;strokeColor=#82b366;" vertex="1">
            <mxGeometry height="503" width="239" x="683" y="-254" as="geometry" />
          </mxCell>
        </UserObject>
        <mxCell id="rra6tTRvJPethr66ALMW-90" parent="1" style="text;html=1;whiteSpace=wrap;strokeColor=none;fillColor=none;align=center;verticalAlign=middle;rounded=0;fontSize=20;fontFamily=Architects Daughter;fontSource=https%3A%2F%2Ffonts.googleapis.com%2Fcss%3Ffamily%3DArchitects%2BDaughter;" value="&lt;font style=&quot;font-size: 12px; background-color: light-dark(#ffffff, var(--ge-dark-color, #121212));&quot;&gt;Note :&amp;nbsp;&amp;nbsp;&lt;br&gt;Client can directly upload to S3 using pre-signed URL&lt;/font&gt;" vertex="1">
          <mxGeometry height="143" width="204" x="-356.5" y="-280" as="geometry" />
        </mxCell>
        <mxCell id="rra6tTRvJPethr66ALMW-98" edge="1" parent="1" source="rra6tTRvJPethr66ALMW-95" style="edgeStyle=none;curved=1;rounded=0;orthogonalLoop=1;jettySize=auto;html=1;exitX=1;exitY=0.5;exitDx=0;exitDy=0;entryX=0;entryY=0.5;entryDx=0;entryDy=0;fontFamily=Architects Daughter;fontSource=https%3A%2F%2Ffonts.googleapis.com%2Fcss%3Ffamily%3DArchitects%2BDaughter;fontSize=16;startSize=14;endArrow=open;endSize=14;sourcePerimeterSpacing=8;targetPerimeterSpacing=8;" target="rra6tTRvJPethr66ALMW-46">
          <mxGeometry relative="1" as="geometry" />
        </mxCell>
        <mxCell id="rra6tTRvJPethr66ALMW-95" parent="1" style="rounded=0;whiteSpace=wrap;html=1;fontFamily=Architects Daughter;fontSource=https%3A%2F%2Ffonts.googleapis.com%2Fcss%3Ffamily%3DArchitects%2BDaughter;" value="Rds Proxy Pool" vertex="1">
          <mxGeometry height="39" width="109" x="265" y="-142" as="geometry" />
        </mxCell>
+         <mxCell id="rra6tTRvJPethr66ALMW-103" edge="1" parent="1" source="rra6tTRvJPethr66ALMW-101" style="edgeStyle=orthogonalEdgeStyle;curved=1;rounded=0;orthogonalLoop=1;jettySize=auto;html=1;exitX=0.5;exitY=0;exitDx=0;exitDy=0;entryX=0.5;entryY=1;entryDx=0;entryDy=0;fontFamily=Architects Daughter;fontSource=https%3A%2F%2Ffonts.googleapis.com%2Fcss%3Ffamily%3DArchitects%2BDaughter;fontSize=16;startSize=14;endArrow=open;endSize=14;sourcePerimeterSpacing=8;targetPerimeterSpacing=8;" target="rra6tTRvJPethr66ALMW-90">
+           <mxGeometry relative="1" as="geometry" />
+         </mxCell>
        <UserObject label="&lt;div role=&quot;group&quot; aria-label=&quot;Code&quot; tabindex=&quot;0&quot; class=&quot;relative group/copy bg-bg-000/50 border-0.5 border-border-400 rounded-lg focus:outline-none focus-visible:ring-2 focus-visible:ring-accent-100&quot;&gt;&lt;div class=&quot;overflow-x-auto&quot;&gt;&lt;pre class=&quot;code-block__code !my-0 !rounded-lg !text-sm !leading-relaxed p-3.5&quot; style=&quot;background: transparent; font-family: var(--font-mono);&quot;&gt;&lt;code style=&quot;background: transparent; font-family: var(--font-mono); white-space: pre-wrap;&quot;&gt;&lt;font&gt;&lt;b&gt;Step 1 :&lt;/b&gt; Client → POST /get-upload-url → Lambda generates a signed S3 URL → returns it&lt;br&gt;&lt;b&gt;Step 2 &lt;/b&gt;: Client → PUT file directly to S3 using that URL&lt;br&gt;&lt;b&gt;Step 3 &lt;/b&gt;: S3 → Event Notification → SQS → Ingestion Lambda&lt;/font&gt;&lt;/code&gt;&lt;/pre&gt;&lt;/div&gt;&lt;/div&gt;&lt;p class=&quot;font-claude-response-body break-words whitespace-normal leading-[1.7]&quot;&gt;&lt;strong&gt;&lt;font&gt;The presigned URL looks like:&lt;/font&gt;&lt;/strong&gt;&lt;/p&gt;&lt;div role=&quot;group&quot; aria-label=&quot;Code&quot; tabindex=&quot;0&quot; class=&quot;relative group/copy bg-bg-000/50 border-0.5 border-border-400 rounded-lg focus:outline-none focus-visible:ring-2 focus-visible:ring-accent-100&quot;&gt;&lt;div class=&quot;overflow-x-auto&quot;&gt;&lt;pre class=&quot;code-block__code !my-0 !rounded-lg !text-sm !leading-relaxed p-3.5&quot; style=&quot;background: transparent; font-family: var(--font-mono);&quot;&gt;&lt;code style=&quot;background: transparent; font-family: var(--font-mono); white-space: pre-wrap;&quot;&gt;&lt;font&gt;&lt;span&gt;https://s3.amazonaws.com/your-bucket/resume-123.pdf&lt;br&gt;&lt;/span&gt;?X-Amz-Signature=abc123&lt;br&gt;&amp;amp;X-Amz-Expires=300&lt;/font&gt;&lt;/code&gt;&lt;/pre&gt;&lt;/div&gt;&lt;/div&gt;" link="&lt;div role=&quot;group&quot; aria-label=&quot;Code&quot; tabindex=&quot;0&quot; class=&quot;relative group/copy bg-bg-000/50 border-0.5 border-border-400 rounded-lg focus:outline-none focus-visible:ring-2 focus-visible:ring-accent-100&quot;&gt;&lt;div class=&quot;overflow-x-auto&quot;&gt;&lt;pre class=&quot;code-block__code !my-0 !rounded-lg !text-sm !leading-relaxed p-3.5&quot; style=&quot;color: rgb(234, 236, 240); background: transparent; font-family: var(--font-mono);&quot;&gt;&lt;code style=&quot;color: rgb(234, 236, 240); background: transparent; font-family: var(--font-mono); white-space: pre-wrap;&quot;&gt;&lt;span&gt;&lt;span&gt;Step 1: Client → POST /get-upload-url → Lambda generates a signed S3 URL → returns it&#xa;&lt;/span&gt;&lt;/span&gt;&lt;span&gt;Step 2: Client → PUT file directly to S3 using that URL&#xa;&lt;/span&gt;&lt;span&gt;        (your servers never touch the file)&#xa;&lt;/span&gt;&lt;span&gt;Step 3: S3 → Event Notification → SQS → Ingestion Lambda&lt;/span&gt;&lt;/code&gt;&lt;/pre&gt;&lt;/div&gt;&lt;/div&gt;&#xa;&lt;p class=&quot;font-claude-response-body break-words whitespace-normal leading-[1.7]&quot;&gt;&lt;strong&gt;The presigned URL looks like:&lt;/strong&gt;&lt;/p&gt;&#xa;&lt;div role=&quot;group&quot; aria-label=&quot;Code&quot; tabindex=&quot;0&quot; class=&quot;relative group/copy bg-bg-000/50 border-0.5 border-border-400 rounded-lg focus:outline-none focus-visible:ring-2 focus-visible:ring-accent-100&quot;&gt;&lt;div class=&quot;sticky opacity-0 group-hover/copy:opacity-100 group-focus-within/copy:opacity-100 top-2 py-2 h-12 w-0 float-right&quot;&gt;&lt;div class=&quot;absolute right-0 h-8 px-2 items-center inline-flex z-10&quot;&gt;&lt;button class=&quot;inline-flex&#xa;  items-center&#xa;  justify-center&#xa;  relative&#xa;  isolate&#xa;  shrink-0&#xa;  can-focus&#xa;  select-none&#xa;  disabled:pointer-events-none&#xa;  disabled:opacity-50&#xa;  disabled:shadow-none&#xa;  disabled:drop-shadow-none border-transparent&#xa;          transition&#xa;          font-base&#xa;          duration-300&#xa;          ease-[cubic-bezier(0.165,0.85,0.45,1)] h-8 w-8 rounded-md backdrop-blur-md _fill_10ocf_9 _ghost_10ocf_96&quot; type=&quot;button&quot; aria-label=&quot;Copy to clipboard&quot; data-state=&quot;closed&quot;&gt;&lt;div class=&quot;relative&quot;&gt;&lt;div class=&quot;transition-all opacity-100 scale-100&quot; style=&quot;width: 20px; height: 20px; display: flex; align-items: center; justify-content: center;&quot;&gt;&lt;svg width=&quot;20&quot; height=&quot;20&quot; viewBox=&quot;0 0 20 20&quot; fill=&quot;currentColor&quot; xmlns=&quot;http://www.w3.org/2000/svg&quot; class=&quot;transition-all opacity-100 scale-100&quot; aria-hidden=&quot;true&quot; style=&quot;flex-shrink: 0;&quot;&gt;&lt;path d=&quot;M12.5 3A1.5 1.5 0 0 1 14 4.5V6h1.5A1.5 1.5 0 0 1 17 7.5v8a1.5 1.5 0 0 1-1.5 1.5h-8A1.5 1.5 0 0 1 6 15.5V14H4.5A1.5 1.5 0 0 1 3 12.5v-8A1.5 1.5 0 0 1 4.5 3zm1.5 9.5a1.5 1.5 0 0 1-1.5 1.5H7v1.5a.5.5 0 0 0 .5.5h8a.5.5 0 0 0 .5-.5v-8a.5.5 0 0 0-.5-.5H14zM4.5 4a.5.5 0 0 0-.5.5v8a.5.5 0 0 0 .5.5h8a.5.5 0 0 0 .5-.5v-8a.5.5 0 0 0-.5-.5z&quot;&gt;&lt;/path&gt;&lt;/svg&gt;&lt;/div&gt;&lt;div class=&quot;absolute inset-0 flex items-center justify-center&quot;&gt;&lt;div class=&quot;transition-all opacity-0 scale-50&quot; style=&quot;width: 20px; height: 20px; display: flex; align-items: center; justify-content: center;&quot;&gt;&lt;svg width=&quot;20&quot; height=&quot;20&quot; viewBox=&quot;0 0 20 20&quot; fill=&quot;currentColor&quot; xmlns=&quot;http://www.w3.org/2000/svg&quot; class=&quot;transition-all opacity-0 scale-50&quot; aria-hidden=&quot;true&quot; style=&quot;flex-shrink: 0;&quot;&gt;&lt;path d=&quot;M15.188 5.11a.5.5 0 0 1 .752.626l-.056.084-7.5 9a.5.5 0 0 1-.738.033l-3.5-3.5-.064-.078a.501.501 0 0 1 .693-.693l.078.064 3.113 3.113 7.15-8.58z&quot;&gt;&lt;/path&gt;&lt;/svg&gt;&lt;/div&gt;&lt;/div&gt;&lt;/div&gt;&lt;/button&gt;&lt;/div&gt;&lt;/div&gt;&lt;div class=&quot;overflow-x-auto&quot;&gt;&lt;pre class=&quot;code-block__code !my-0 !rounded-lg !text-sm !leading-relaxed p-3.5&quot; style=&quot;color: rgb(234, 236, 240); background: transparent; font-family: var(--font-mono);&quot;&gt;&lt;code style=&quot;color: rgb(234, 236, 240); background: transparent; font-family: var(--font-mono); white-space: pre-wrap;&quot;&gt;&lt;span&gt;&lt;span&gt;https://s3.amazonaws.com/your-bucket/resume-123.pdf&#xa;&lt;/span&gt;&lt;/span&gt;&lt;span&gt;?X-Amz-Signature=abc123&#xa;&lt;/span&gt;&lt;span&gt;&amp;amp;X-Amz-Expires=300&lt;/span&gt;&lt;/code&gt;&lt;/pre&gt;&lt;/div&gt;&lt;/div&gt;" id="rra6tTRvJPethr66ALMW-101">
          <mxCell parent="1" style="text;whiteSpace=wrap;html=1;fontFamily=Architects Daughter;fontSource=https%3A%2F%2Ffonts.googleapis.com%2Fcss%3Ffamily%3DArchitects%2BDaughter;" vertex="1">
-             <mxGeometry height="197" width="311" x="-646" y="312" as="geometry" />
+             <mxGeometry height="197" width="311" x="-648.25" y="314.5" as="geometry" />
          </mxCell>
        </UserObject>
      </root>
    </mxGraphModel>
  </diagram>
</mxfile>
